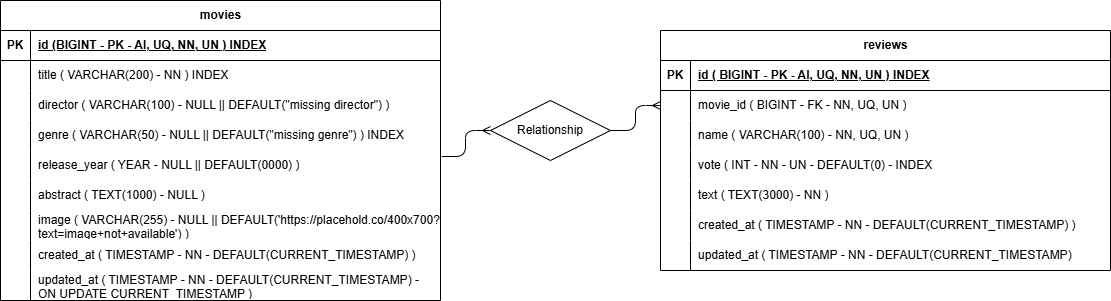
Before: schema.png, a diagram exported from draw.io (francesca-golzio/webapp-express). Source tidied: cells renumbered, new cells last; positions are measured from the earlier drawing's top-left corner, leaving out a move shared by most shapes. Source of this version:
```xml
<mxGraphModel>
  <root>
    <mxCell id="0" />
    <mxCell id="1" parent="0" />
    <mxCell id="2" value="movies" style="shape=table;startSize=30;rowLines=0;fontStyle=1;align=center;html=1;" parent="1" vertex="1">
      <mxGeometry width="440" height="300" as="geometry" />
    </mxCell>
    <mxCell id="3" style="shape=tableRow;horizontal=0;startSize=0;swimlaneHead=0;swimlaneBody=0;fillColor=none;top=0;left=0;right=0;bottom=1;" parent="2" vertex="1">
      <mxGeometry y="30" width="440" height="30" as="geometry" />
    </mxCell>
    <mxCell id="4" value="PK" style="shape=partialRectangle;fillColor=none;top=0;left=0;bottom=0;right=0;fontStyle=1;overflow=hidden;whiteSpace=wrap;html=1;" parent="3" vertex="1">
      <mxGeometry width="30" height="30" as="geometry" />
    </mxCell>
    <mxCell id="5" value="id&amp;nbsp;(BIGINT - PK - AI, UQ, NN, UN ) INDEX" style="shape=partialRectangle;fillColor=none;top=0;left=0;bottom=0;right=0;align=left;spacingLeft=6;fontStyle=5;overflow=hidden;whiteSpace=wrap;html=1;" parent="3" vertex="1">
      <mxGeometry x="30" width="410" height="30" as="geometry" />
    </mxCell>
    <mxCell id="6" style="shape=tableRow;horizontal=0;startSize=0;swimlaneHead=0;swimlaneBody=0;fillColor=none;top=0;left=0;right=0;bottom=0;" parent="2" vertex="1">
      <mxGeometry y="60" width="440" height="30" as="geometry" />
    </mxCell>
    <mxCell id="7" style="shape=partialRectangle;fillColor=none;top=0;left=0;bottom=0;right=0;overflow=hidden;whiteSpace=wrap;html=1;" parent="6" vertex="1">
      <mxGeometry width="30" height="30" as="geometry" />
    </mxCell>
    <mxCell id="8" value="title ( VARCHAR(200) - NN ) INDEX" style="shape=partialRectangle;fillColor=none;top=0;left=0;bottom=0;right=0;align=left;spacingLeft=6;overflow=hidden;whiteSpace=wrap;html=1;" parent="6" vertex="1">
      <mxGeometry x="30" width="410" height="30" as="geometry" />
    </mxCell>
    <mxCell id="9" style="shape=tableRow;horizontal=0;startSize=0;swimlaneHead=0;swimlaneBody=0;fillColor=none;top=0;left=0;right=0;bottom=0;" parent="2" vertex="1">
      <mxGeometry y="90" width="440" height="30" as="geometry" />
    </mxCell>
    <mxCell id="10" style="shape=partialRectangle;fillColor=none;top=0;left=0;bottom=0;right=0;overflow=hidden;whiteSpace=wrap;html=1;" parent="9" vertex="1">
      <mxGeometry width="30" height="30" as="geometry" />
    </mxCell>
    <mxCell id="11" value="director ( VARCHAR(100) - NULL || DEFAULT(&quot;missing director&quot;) )" style="shape=partialRectangle;fillColor=none;top=0;left=0;bottom=0;right=0;align=left;spacingLeft=6;overflow=hidden;whiteSpace=wrap;html=1;" parent="9" vertex="1">
      <mxGeometry x="30" width="410" height="30" as="geometry" />
    </mxCell>
    <mxCell id="12" style="shape=tableRow;horizontal=0;startSize=0;swimlaneHead=0;swimlaneBody=0;fillColor=none;top=0;left=0;right=0;bottom=0;" parent="2" vertex="1">
      <mxGeometry y="120" width="440" height="30" as="geometry" />
    </mxCell>
    <mxCell id="13" style="shape=partialRectangle;fillColor=none;top=0;left=0;bottom=0;right=0;overflow=hidden;whiteSpace=wrap;html=1;" parent="12" vertex="1">
      <mxGeometry width="30" height="30" as="geometry" />
    </mxCell>
    <mxCell id="14" value="genre ( VARCHAR(50) - NULL || DEFAULT(&quot;missing genre&quot;) ) INDEX" style="shape=partialRectangle;fillColor=none;top=0;left=0;bottom=0;right=0;align=left;spacingLeft=6;overflow=hidden;whiteSpace=wrap;html=1;" parent="12" vertex="1">
      <mxGeometry x="30" width="410" height="30" as="geometry" />
    </mxCell>
    <mxCell id="15" style="shape=tableRow;horizontal=0;startSize=0;swimlaneHead=0;swimlaneBody=0;fillColor=none;points=[[0,0.5],[1,0.5]];portConstraint=eastwest;top=0;left=0;right=0;bottom=0;" parent="2" vertex="1">
      <mxGeometry y="150" width="440" height="30" as="geometry" />
    </mxCell>
    <mxCell id="16" style="shape=partialRectangle;fillColor=none;top=0;left=0;bottom=0;right=0;overflow=hidden;whiteSpace=wrap;html=1;" parent="15" vertex="1">
      <mxGeometry width="30" height="30" as="geometry" />
    </mxCell>
    <mxCell id="17" value="release_year ( YEAR - NULL || DEFAULT(0000) )" style="shape=partialRectangle;fillColor=none;top=0;left=0;bottom=0;right=0;align=left;spacingLeft=6;overflow=hidden;whiteSpace=wrap;html=1;" parent="15" vertex="1">
      <mxGeometry x="30" width="410" height="30" as="geometry" />
    </mxCell>
    <mxCell id="18" style="shape=tableRow;horizontal=0;startSize=0;swimlaneHead=0;swimlaneBody=0;fillColor=none;top=0;left=0;right=0;bottom=0;" parent="2" vertex="1">
      <mxGeometry y="180" width="440" height="30" as="geometry" />
    </mxCell>
    <mxCell id="19" style="shape=partialRectangle;fillColor=none;top=0;left=0;bottom=0;right=0;overflow=hidden;whiteSpace=wrap;html=1;" parent="18" vertex="1">
      <mxGeometry width="30" height="30" as="geometry" />
    </mxCell>
    <mxCell id="20" value="abstract ( TEXT(1000) - NULL )" style="shape=partialRectangle;fillColor=none;top=0;left=0;bottom=0;right=0;align=left;spacingLeft=6;overflow=hidden;whiteSpace=wrap;html=1;" parent="18" vertex="1">
      <mxGeometry x="30" width="410" height="30" as="geometry" />
    </mxCell>
    <mxCell id="21" style="shape=tableRow;horizontal=0;startSize=0;swimlaneHead=0;swimlaneBody=0;fillColor=none;top=0;left=0;right=0;bottom=0;" parent="2" vertex="1">
      <mxGeometry y="210" width="440" height="30" as="geometry" />
    </mxCell>
    <mxCell id="22" style="shape=partialRectangle;fillColor=none;top=0;left=0;bottom=0;right=0;overflow=hidden;whiteSpace=wrap;html=1;" parent="21" vertex="1">
      <mxGeometry width="30" height="30" as="geometry" />
    </mxCell>
    <mxCell id="23" value="image ( VARCHAR(255) - NULL || DEFAULT('https://placehold.co/400x700?text=image+not+available') )" style="shape=partialRectangle;fillColor=none;top=0;left=0;bottom=0;right=0;align=left;spacingLeft=6;overflow=hidden;whiteSpace=wrap;html=1;" parent="21" vertex="1">
      <mxGeometry x="30" width="410" height="30" as="geometry" />
    </mxCell>
    <mxCell id="24" style="shape=tableRow;horizontal=0;startSize=0;swimlaneHead=0;swimlaneBody=0;fillColor=none;top=0;left=0;right=0;bottom=0;" parent="2" vertex="1">
      <mxGeometry y="240" width="440" height="30" as="geometry" />
    </mxCell>
    <mxCell id="25" style="shape=partialRectangle;fillColor=none;top=0;left=0;bottom=0;right=0;overflow=hidden;whiteSpace=wrap;html=1;" parent="24" vertex="1">
      <mxGeometry width="30" height="30" as="geometry" />
    </mxCell>
    <mxCell id="26" value="created_at ( TIMESTAMP - NN - DEFAULT(CURRENT_TIMESTAMP) )" style="shape=partialRectangle;fillColor=none;top=0;left=0;bottom=0;right=0;align=left;spacingLeft=6;overflow=hidden;whiteSpace=wrap;html=1;" parent="24" vertex="1">
      <mxGeometry x="30" width="410" height="30" as="geometry" />
    </mxCell>
    <mxCell id="27" style="shape=tableRow;horizontal=0;startSize=0;swimlaneHead=0;swimlaneBody=0;fillColor=none;top=0;left=0;right=0;bottom=0;" parent="2" vertex="1">
      <mxGeometry y="270" width="440" height="30" as="geometry" />
    </mxCell>
    <mxCell id="28" style="shape=partialRectangle;fillColor=none;top=0;left=0;bottom=0;right=0;overflow=hidden;whiteSpace=wrap;html=1;" parent="27" vertex="1">
      <mxGeometry width="30" height="30" as="geometry" />
    </mxCell>
    <mxCell id="29" value="updated_at ( TIMESTAMP - NN - DEFAULT(CURRENT_TIMESTAMP) - ON UPDATE CURRENT_TIMESTAMP )" style="shape=partialRectangle;fillColor=none;top=0;left=0;bottom=0;right=0;align=left;spacingLeft=6;overflow=hidden;whiteSpace=wrap;html=1;" parent="27" vertex="1">
      <mxGeometry x="30" width="410" height="30" as="geometry" />
    </mxCell>
    <mxCell id="30" value="reviews" style="shape=table;startSize=30;rowLines=0;fontStyle=1;align=center;html=1;" parent="1" vertex="1">
      <mxGeometry x="660" y="30" width="450" height="240" as="geometry" />
    </mxCell>
    <mxCell id="31" style="shape=tableRow;horizontal=0;startSize=0;swimlaneHead=0;swimlaneBody=0;fillColor=none;top=0;left=0;right=0;bottom=1;" parent="30" vertex="1">
      <mxGeometry y="30" width="450" height="30" as="geometry" />
    </mxCell>
    <mxCell id="32" value="PK" style="shape=partialRectangle;fillColor=none;top=0;left=0;bottom=0;right=0;fontStyle=1;overflow=hidden;whiteSpace=wrap;html=1;" parent="31" vertex="1">
      <mxGeometry width="30" height="30" as="geometry" />
    </mxCell>
    <mxCell id="33" value="id ( BIGINT - PK - AI, UQ, NN, UN ) INDEX" style="shape=partialRectangle;fillColor=none;top=0;left=0;bottom=0;right=0;align=left;spacingLeft=6;fontStyle=5;overflow=hidden;whiteSpace=wrap;html=1;" parent="31" vertex="1">
      <mxGeometry x="30" width="420" height="30" as="geometry" />
    </mxCell>
    <mxCell id="34" style="shape=tableRow;horizontal=0;startSize=0;swimlaneHead=0;swimlaneBody=0;fillColor=none;points=[[0,0.5],[1,0.5]];portConstraint=eastwest;top=0;left=0;right=0;bottom=0;" parent="30" vertex="1">
      <mxGeometry y="60" width="450" height="30" as="geometry" />
    </mxCell>
    <mxCell id="35" style="shape=partialRectangle;fillColor=none;top=0;left=0;bottom=0;right=0;overflow=hidden;whiteSpace=wrap;html=1;" parent="34" vertex="1">
      <mxGeometry width="30" height="30" as="geometry" />
    </mxCell>
    <mxCell id="36" value="movie_id ( BIGINT - FK - NN, UQ, UN )" style="shape=partialRectangle;fillColor=none;top=0;left=0;bottom=0;right=0;align=left;spacingLeft=6;overflow=hidden;whiteSpace=wrap;html=1;" parent="34" vertex="1">
      <mxGeometry x="30" width="420" height="30" as="geometry" />
    </mxCell>
    <mxCell id="37" style="shape=tableRow;horizontal=0;startSize=0;swimlaneHead=0;swimlaneBody=0;fillColor=none;top=0;left=0;right=0;bottom=0;" parent="30" vertex="1">
      <mxGeometry y="90" width="450" height="30" as="geometry" />
    </mxCell>
    <mxCell id="38" style="shape=partialRectangle;fillColor=none;top=0;left=0;bottom=0;right=0;overflow=hidden;whiteSpace=wrap;html=1;" parent="37" vertex="1">
      <mxGeometry width="30" height="30" as="geometry" />
    </mxCell>
    <mxCell id="39" value="name ( VARCHAR(100) - NN, UQ, UN )" style="shape=partialRectangle;fillColor=none;top=0;left=0;bottom=0;right=0;align=left;spacingLeft=6;overflow=hidden;whiteSpace=wrap;html=1;" parent="37" vertex="1">
      <mxGeometry x="30" width="420" height="30" as="geometry" />
    </mxCell>
    <mxCell id="40" style="shape=tableRow;horizontal=0;startSize=0;swimlaneHead=0;swimlaneBody=0;fillColor=none;top=0;left=0;right=0;bottom=0;" parent="30" vertex="1">
      <mxGeometry y="120" width="450" height="30" as="geometry" />
    </mxCell>
    <mxCell id="41" style="shape=partialRectangle;fillColor=none;top=0;left=0;bottom=0;right=0;overflow=hidden;whiteSpace=wrap;html=1;" parent="40" vertex="1">
      <mxGeometry width="30" height="30" as="geometry" />
    </mxCell>
    <mxCell id="42" value="vote ( INT - NN - UN&amp;nbsp;- DEFAULT(0) - INDEX" style="shape=partialRectangle;fillColor=none;top=0;left=0;bottom=0;right=0;align=left;spacingLeft=6;overflow=hidden;whiteSpace=wrap;html=1;" parent="40" vertex="1">
      <mxGeometry x="30" width="420" height="30" as="geometry" />
    </mxCell>
    <mxCell id="43" style="shape=tableRow;horizontal=0;startSize=0;swimlaneHead=0;swimlaneBody=0;fillColor=none;top=0;left=0;right=0;bottom=0;" parent="30" vertex="1">
      <mxGeometry y="150" width="450" height="30" as="geometry" />
    </mxCell>
    <mxCell id="44" style="shape=partialRectangle;fillColor=none;top=0;left=0;bottom=0;right=0;overflow=hidden;whiteSpace=wrap;html=1;" parent="43" vertex="1">
      <mxGeometry width="30" height="30" as="geometry" />
    </mxCell>
    <mxCell id="45" value="text ( TEXT(3000) - NN )" style="shape=partialRectangle;fillColor=none;top=0;left=0;bottom=0;right=0;align=left;spacingLeft=6;overflow=hidden;whiteSpace=wrap;html=1;" parent="43" vertex="1">
      <mxGeometry x="30" width="420" height="30" as="geometry" />
    </mxCell>
    <mxCell id="46" style="shape=tableRow;horizontal=0;startSize=0;swimlaneHead=0;swimlaneBody=0;fillColor=none;top=0;left=0;right=0;bottom=0;" parent="30" vertex="1">
      <mxGeometry y="180" width="450" height="30" as="geometry" />
    </mxCell>
    <mxCell id="47" style="shape=partialRectangle;fillColor=none;top=0;left=0;bottom=0;right=0;overflow=hidden;whiteSpace=wrap;html=1;" parent="46" vertex="1">
      <mxGeometry width="30" height="30" as="geometry" />
    </mxCell>
    <mxCell id="48" value="created_at ( TIMESTAMP - NN - DEFAULT(CURRENT_TIMESTAMP) )" style="shape=partialRectangle;fillColor=none;top=0;left=0;bottom=0;right=0;align=left;spacingLeft=6;overflow=hidden;whiteSpace=wrap;html=1;" parent="46" vertex="1">
      <mxGeometry x="30" width="420" height="30" as="geometry" />
    </mxCell>
    <mxCell id="49" style="shape=tableRow;horizontal=0;startSize=0;swimlaneHead=0;swimlaneBody=0;fillColor=none;top=0;left=0;right=0;bottom=0;" parent="30" vertex="1">
      <mxGeometry y="210" width="450" height="30" as="geometry" />
    </mxCell>
    <mxCell id="50" style="shape=partialRectangle;fillColor=none;top=0;left=0;bottom=0;right=0;overflow=hidden;whiteSpace=wrap;html=1;" parent="49" vertex="1">
      <mxGeometry width="30" height="30" as="geometry" />
    </mxCell>
    <mxCell id="51" value="updated_at ( TIMESTAMP - NN - DEFAULT(CURRENT_TIMESTAMP)&amp;nbsp;" style="shape=partialRectangle;fillColor=none;top=0;left=0;bottom=0;right=0;align=left;spacingLeft=6;overflow=hidden;whiteSpace=wrap;html=1;" parent="49" vertex="1">
      <mxGeometry x="30" width="420" height="30" as="geometry" />
    </mxCell>
    <mxCell id="52" style="edgeStyle=orthogonalEdgeStyle;fontSize=12;html=1;endArrow=ERmany;entryX=0;entryY=0.5;entryDx=0;entryDy=0;exitX=1;exitY=0.5;exitDx=0;exitDy=0;" parent="1" edge="1" source="54" target="34">
      <mxGeometry relative="1" as="geometry" />
    </mxCell>
    <mxCell id="53" style="edgeStyle=orthogonalEdgeStyle;fontSize=12;html=1;endArrow=ERmany;entryX=0;entryY=0.5;entryDx=0;entryDy=0;exitX=1.003;exitY=0.2;exitDx=0;exitDy=0;exitPerimeter=0;" parent="1" edge="1" source="15" target="54">
      <mxGeometry relative="1" as="geometry" />
    </mxCell>
    <mxCell id="54" value="Relationship" style="shape=rhombus;perimeter=rhombusPerimeter;whiteSpace=wrap;html=1;align=center;" parent="1" vertex="1">
      <mxGeometry x="490" y="100" width="120" height="60" as="geometry" />
    </mxCell>
  </root>
</mxGraphModel>
```
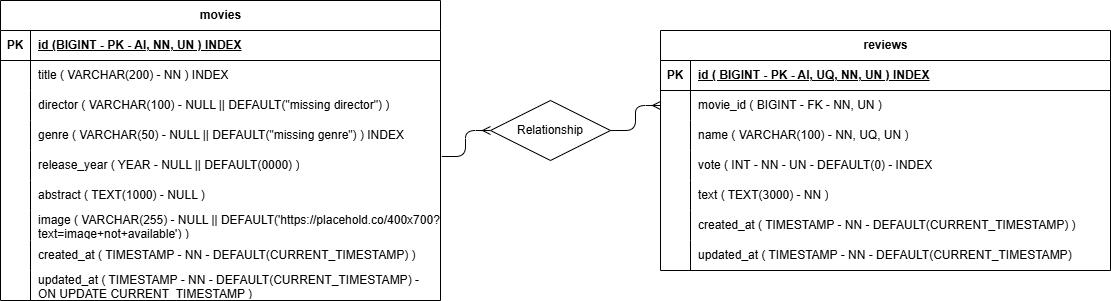
Later version of the same file.

The edit, as a diff of the source:
```diff
@@ -11,7 +11,7 @@
     <mxCell id="4" value="PK" style="shape=partialRectangle;fillColor=none;top=0;left=0;bottom=0;right=0;fontStyle=1;overflow=hidden;whiteSpace=wrap;html=1;" parent="3" vertex="1">
       <mxGeometry width="30" height="30" as="geometry" />
     </mxCell>
-    <mxCell id="5" value="id&amp;nbsp;(BIGINT - PK - AI, UQ, NN, UN ) INDEX" style="shape=partialRectangle;fillColor=none;top=0;left=0;bottom=0;right=0;align=left;spacingLeft=6;fontStyle=5;overflow=hidden;whiteSpace=wrap;html=1;" parent="3" vertex="1">
+    <mxCell id="5" value="id&amp;nbsp;(BIGINT - PK - AI, NN, UN ) INDEX" style="shape=partialRectangle;fillColor=none;top=0;left=0;bottom=0;right=0;align=left;spacingLeft=6;fontStyle=5;overflow=hidden;whiteSpace=wrap;html=1;" parent="3" vertex="1">
       <mxGeometry x="30" width="410" height="30" as="geometry" />
     </mxCell>
     <mxCell id="6" style="shape=tableRow;horizontal=0;startSize=0;swimlaneHead=0;swimlaneBody=0;fillColor=none;top=0;left=0;right=0;bottom=0;" parent="2" vertex="1">
@@ -104,7 +104,7 @@
     <mxCell id="35" style="shape=partialRectangle;fillColor=none;top=0;left=0;bottom=0;right=0;overflow=hidden;whiteSpace=wrap;html=1;" parent="34" vertex="1">
       <mxGeometry width="30" height="30" as="geometry" />
     </mxCell>
-    <mxCell id="36" value="movie_id ( BIGINT - FK - NN, UQ, UN )" style="shape=partialRectangle;fillColor=none;top=0;left=0;bottom=0;right=0;align=left;spacingLeft=6;overflow=hidden;whiteSpace=wrap;html=1;" parent="34" vertex="1">
+    <mxCell id="36" value="movie_id ( BIGINT - FK - NN, UN )" style="shape=partialRectangle;fillColor=none;top=0;left=0;bottom=0;right=0;align=left;spacingLeft=6;overflow=hidden;whiteSpace=wrap;html=1;" parent="34" vertex="1">
       <mxGeometry x="30" width="420" height="30" as="geometry" />
     </mxCell>
     <mxCell id="37" style="shape=tableRow;horizontal=0;startSize=0;swimlaneHead=0;swimlaneBody=0;fillColor=none;top=0;left=0;right=0;bottom=0;" parent="30" vertex="1">
```
